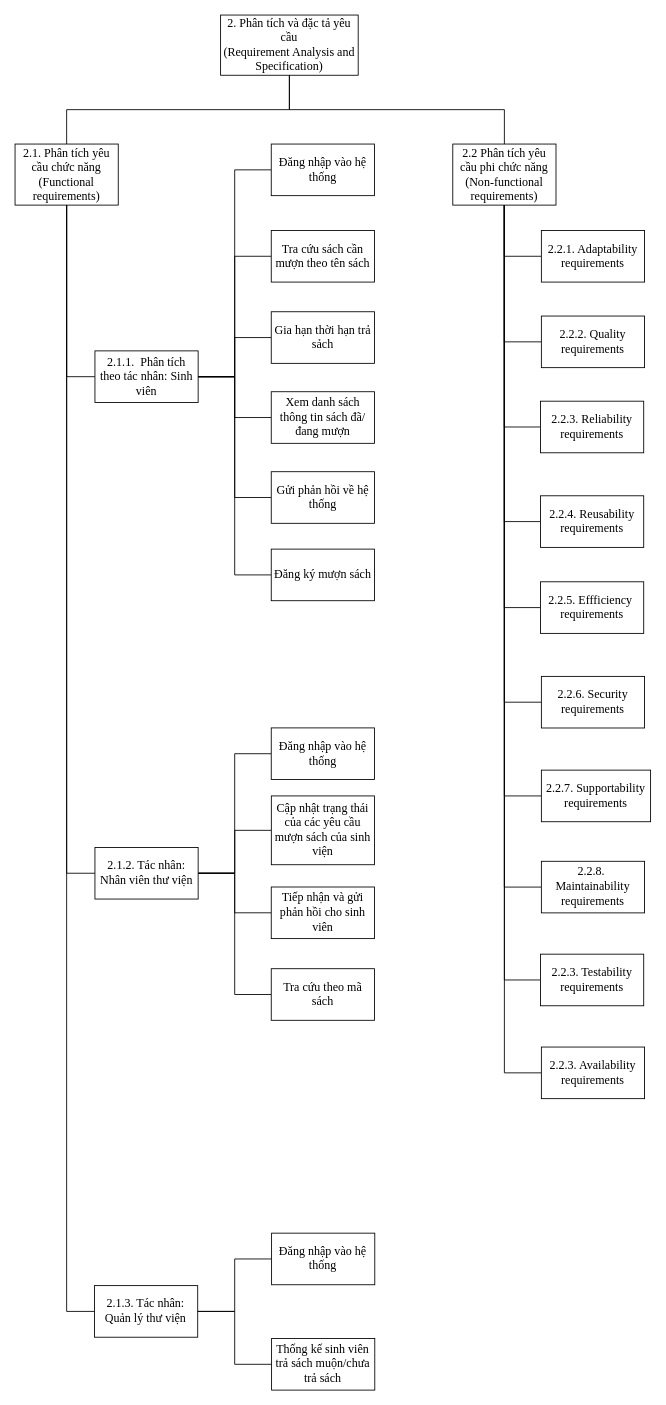
Above: page "Requirment Specification" (2 of 6) of WBS Library Official.drawio in MinhNgoc61021/PM (draw.io), before the change. Source tidied: cells renumbered, new cells numbered last; positions are measured from the earlier drawing's top-left corner, leaving out a move shared by most shapes. Both pictures are drawn from the tidied source at 86%, with x=0, y=0 at pixel (15, 15).
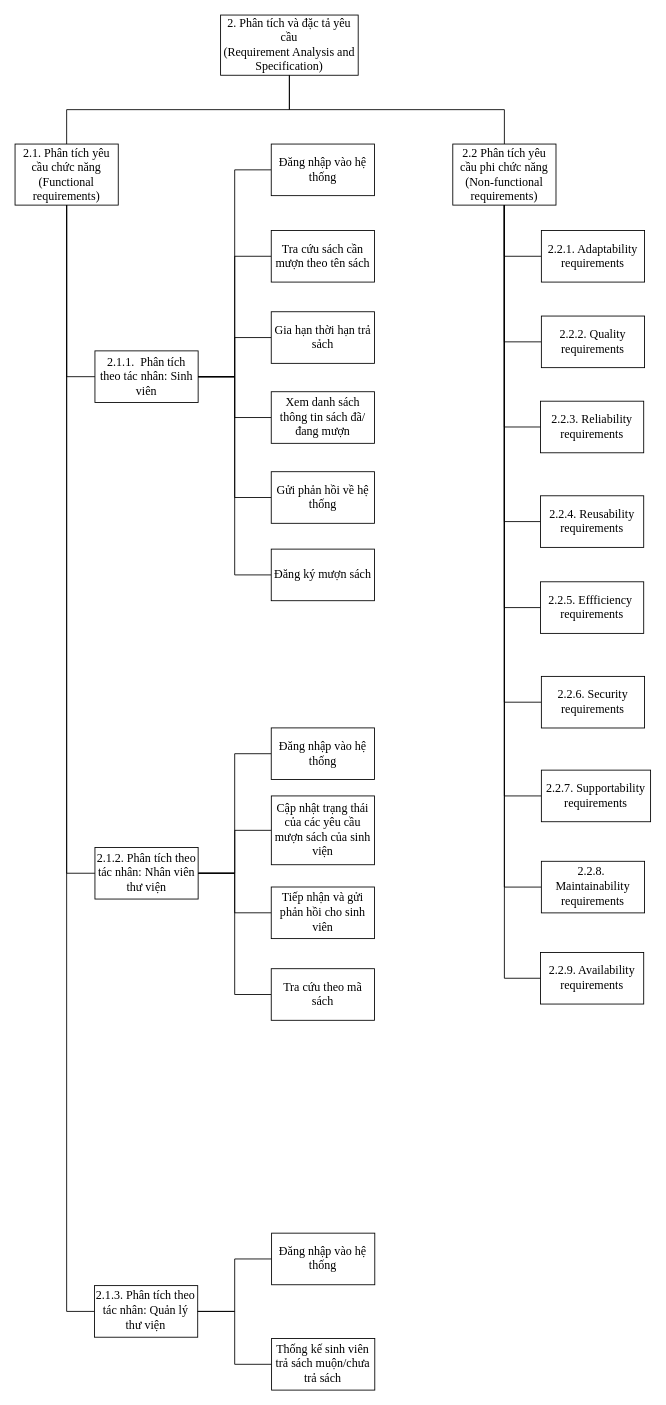
After the change.

Unchanged cells that the change refers to:
```xml
<mxCell id="6" value="2.2 Phân tích yêu cầu phi chức năng&lt;br style=&quot;font-size: 14px&quot;&gt;(Non-functional requirements)" style="rounded=0;whiteSpace=wrap;html=1;fontFamily=Times New Roman;fontSize=14;fontStyle=0;fontColor=#000000;" parent="1" vertex="1">
  <mxGeometry x="509" y="150" width="120" height="71" as="geometry" />
</mxCell>
```

Change to the diagram source:
```diff
@@
-    <mxCell id="13" value="2.1.2. Tác nhân: Nhân viên thư viện" style="rounded=0;whiteSpace=wrap;html=1;fontFamily=Times New Roman;fontSize=14;fontStyle=0;fontColor=#000000;" parent="1" vertex="1">
+    <mxCell id="13" value="2.1.2. Phân tích theo tác nhân: Nhân viên thư viện" style="rounded=0;whiteSpace=wrap;html=1;fontFamily=Times New Roman;fontSize=14;fontStyle=0;fontColor=#000000;" parent="1" vertex="1">
       <mxGeometry x="92.9" y="967.9" width="120" height="60" as="geometry" />
     </mxCell>
@@
-    <mxCell id="15" value="2.1.3. Tác nhân: Quản lý thư viện" style="rounded=0;whiteSpace=wrap;html=1;fontFamily=Times New Roman;fontSize=14;fontStyle=0;fontColor=#000000;" parent="1" vertex="1">
+    <mxCell id="15" value="2.1.3. Phân tích theo tác nhân: Quản lý thư viện" style="rounded=0;whiteSpace=wrap;html=1;fontFamily=Times New Roman;fontSize=14;fontStyle=0;fontColor=#000000;" parent="1" vertex="1">
       <mxGeometry x="92.4" y="1477.4" width="120" height="60" as="geometry" />
     </mxCell>
@@
-    <mxCell id="54" value="2.2.3. Availability requirements" style="rounded=0;whiteSpace=wrap;html=1;fontFamily=Times New Roman;fontSize=14;fontStyle=0;fontColor=#000000;" parent="1" vertex="1">
-      <mxGeometry x="612" y="1200" width="120" height="60" as="geometry" />
+    <mxCell id="54" value="2.2.9. Availability requirements" style="rounded=0;whiteSpace=wrap;html=1;fontFamily=Times New Roman;fontSize=14;fontStyle=0;fontColor=#000000;" parent="1" vertex="1">
+      <mxGeometry x="611" y="1090" width="120" height="60" as="geometry" />
     </mxCell>
-    <mxCell id="55" style="edgeStyle=orthogonalEdgeStyle;rounded=0;jettySize=auto;html=1;exitX=0;exitY=0.5;exitDx=0;exitDy=0;entryX=0.5;entryY=1;entryDx=0;entryDy=0;endArrow=none;endFill=0;" parent="1" edge="1" source="56" target="6">
-      <mxGeometry relative="1" as="geometry" />
-    </mxCell>
-    <mxCell id="56" value="2.2.3. Testability requirements" style="rounded=0;whiteSpace=wrap;html=1;fontFamily=Times New Roman;fontSize=14;fontStyle=0;fontColor=#000000;" parent="1" vertex="1">
-      <mxGeometry x="611" y="1092" width="120" height="60" as="geometry" />
-    </mxCell>
```
